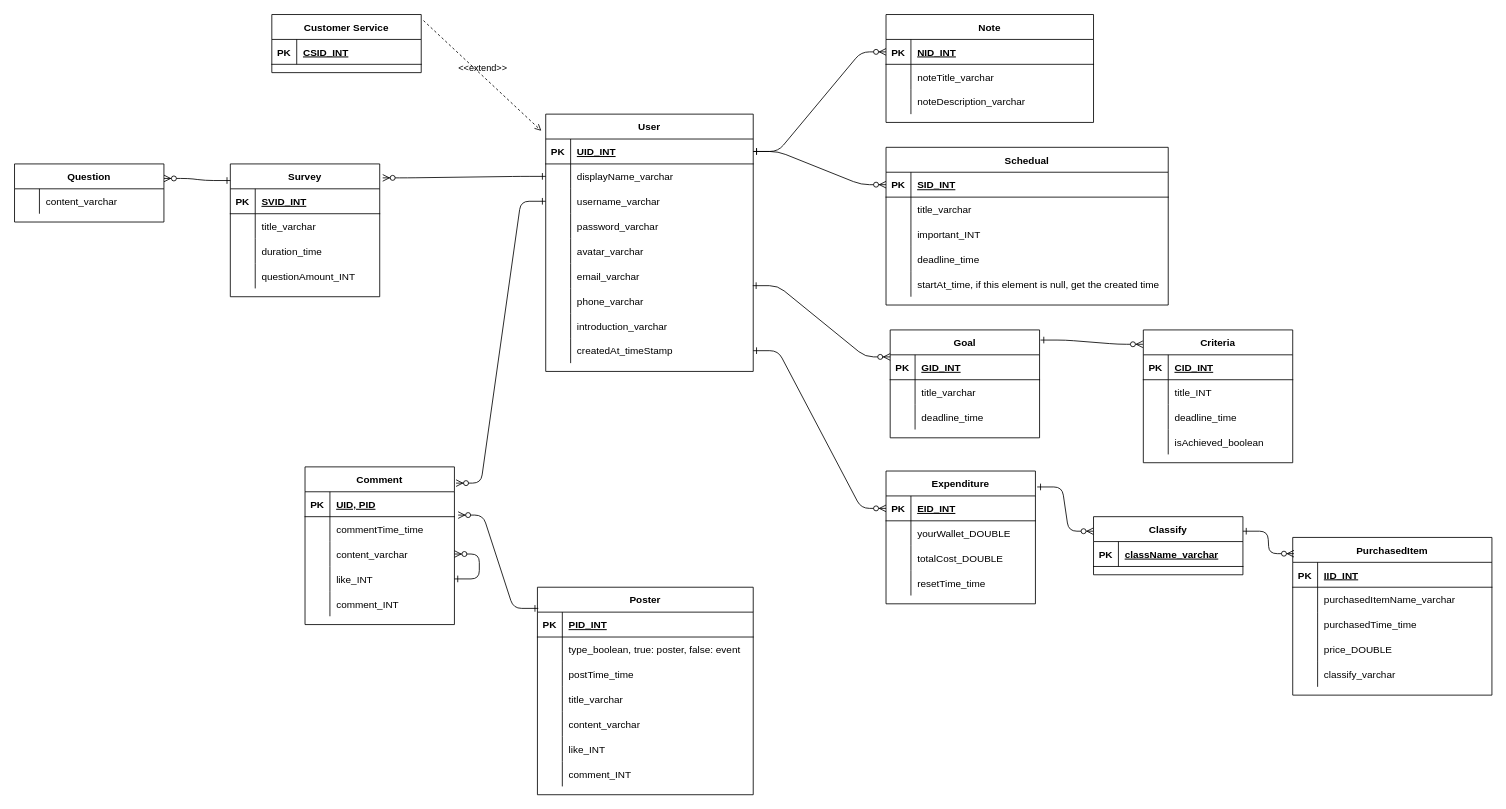
Above: documents/draw.io/system_database.drawio in johnvo24/vku_bp2_web_youli (draw.io), before the change. Source tidied: cells renumbered, new cells numbered last; positions are measured from the earlier drawing's top-left corner, leaving out a move shared by most shapes. Both pictures are drawn from the tidied source at 83%, with x=0, y=0 at pixel (14, 14).
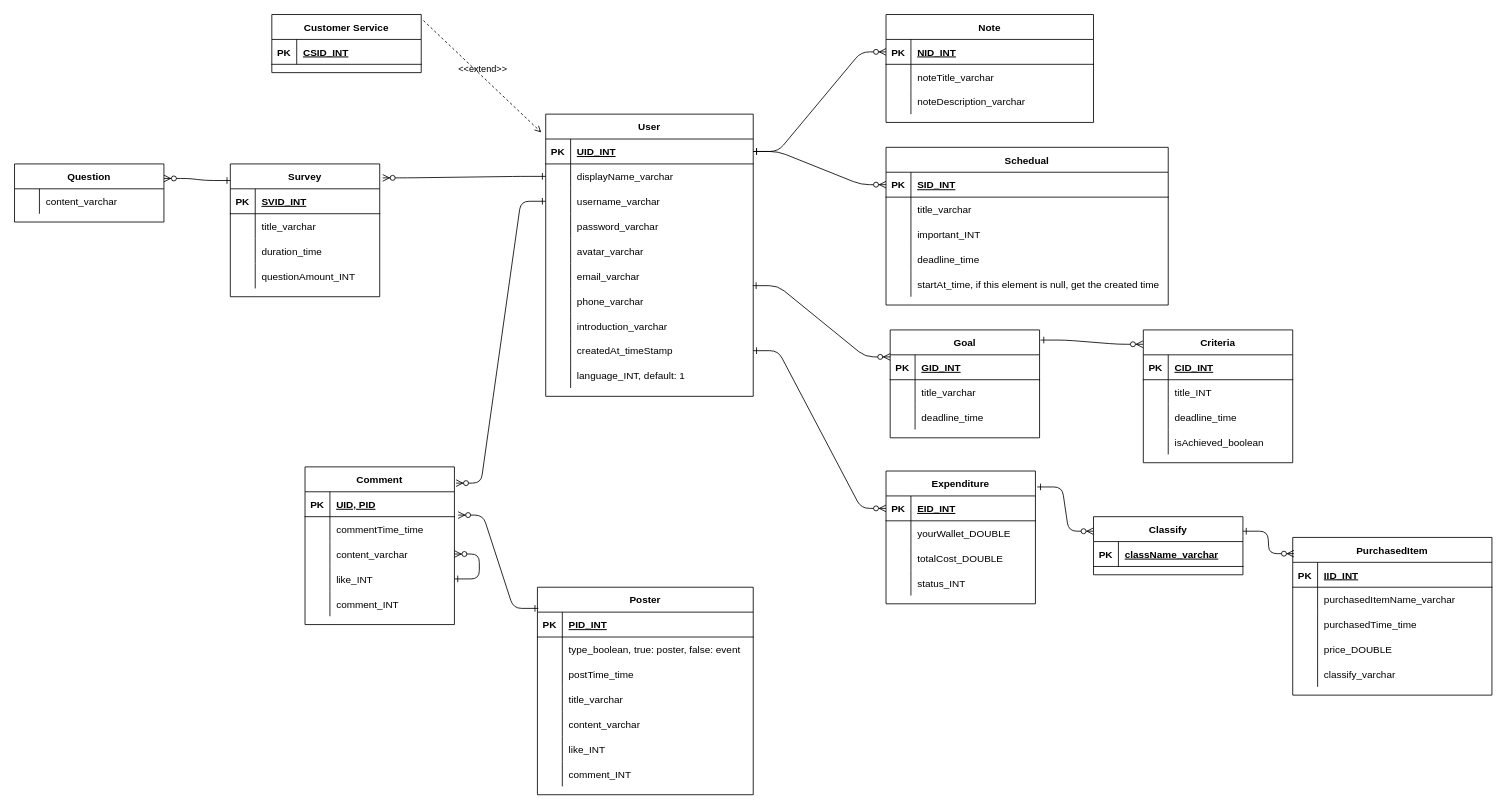
After the change.

Unchanged cells that the change refers to:
```xml
<mxCell id="110" style="shape=tableRow;horizontal=0;startSize=0;swimlaneHead=0;swimlaneBody=0;fillColor=none;top=0;left=0;right=0;bottom=0;" parent="100" vertex="1">
  <mxGeometry y="120" width="180" height="30" as="geometry" />
</mxCell>
```

What changed in the source:
```diff
@@
     <mxCell id="29" value="User" style="shape=table;startSize=30;childLayout=tableLayout;rowLines=0;fontStyle=1;align=center;" parent="1" vertex="1">
-      <mxGeometry x="640" y="120" width="250" height="310" as="geometry" />
+      <mxGeometry x="640" y="120" width="250" height="340" as="geometry" />
     </mxCell>
@@
+    <mxCell id="184" style="shape=tableRow;horizontal=0;startSize=0;swimlaneHead=0;swimlaneBody=0;fillColor=none;top=0;left=0;right=0;bottom=0;" parent="29" vertex="1">
+      <mxGeometry y="300" width="250" height="30" as="geometry" />
+    </mxCell>
+    <mxCell id="185" style="shape=partialRectangle;fillColor=none;top=0;left=0;bottom=0;right=0;overflow=hidden;" parent="184" vertex="1">
+      <mxGeometry width="30" height="30" as="geometry" />
+    </mxCell>
+    <mxCell id="186" value="language_INT, default: 1" style="shape=partialRectangle;fillColor=none;top=0;left=0;bottom=0;right=0;align=left;spacingLeft=6;overflow=hidden;" parent="184" vertex="1">
+      <mxGeometry x="30" width="220" height="30" as="geometry" />
+    </mxCell>
@@
-    <mxCell id="112" value="resetTime_time" style="shape=partialRectangle;fillColor=none;top=0;left=0;bottom=0;right=0;align=left;spacingLeft=6;overflow=hidden;" parent="110" vertex="1">
+    <mxCell id="112" value="status_INT" style="shape=partialRectangle;fillColor=none;top=0;left=0;bottom=0;right=0;align=left;spacingLeft=6;overflow=hidden;" parent="110" vertex="1">
       <mxGeometry x="30" width="150" height="30" as="geometry" />
     </mxCell>
```
